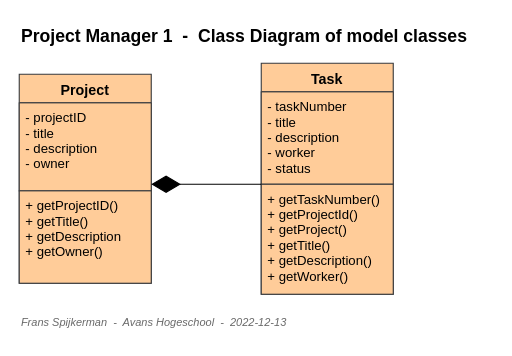
Above: doc/Class_Diagram_Model.drawio in spijkerbak/project-manager-1 (draw.io), before the change. Source tidied: cells renumbered, new cells numbered last; positions are measured from the earlier drawing's top-left corner, leaving out a move shared by most shapes. Both pictures are drawn from the tidied source at 110%, with x=0, y=0 at pixel (19, 19).
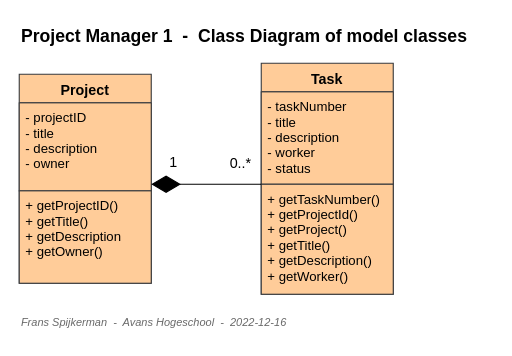
After the change.

Change to the diagram source:
```diff
@@
 <mxGraphModel>
   <root>
     <mxCell id="0" />
     <mxCell id="1" parent="0" />
     <mxCell id="2" value="Project" style="swimlane;fontStyle=1;align=center;verticalAlign=top;horizontal=1;startSize=26;rounded=0;shadow=0;strokeWidth=1;fillColor=#ffcc99;strokeColor=#36393d;fontSize=13;" parent="1" vertex="1">
       <mxGeometry y="50" width="120" height="190" as="geometry" />
     </mxCell>
     <mxCell id="3" value="- projectID&#10;- title&#10;- description&#10;- owner" style="text;align=left;verticalAlign=top;spacingLeft=4;spacingRight=4;overflow=hidden;fillColor=#ffcc99;strokeColor=#36393d;strokeWidth=1;" parent="2" vertex="1">
       <mxGeometry y="26" width="120" height="80" as="geometry" />
     </mxCell>
     <mxCell id="4" value="+ getProjectID()&#10;+ getTitle()&#10;+ getDescription&#10;+ getOwner()&#10;" style="text;align=left;verticalAlign=top;spacingLeft=4;spacingRight=4;overflow=hidden;fillColor=#ffcc99;strokeColor=#36393d;strokeWidth=1;" parent="2" vertex="1">
       <mxGeometry y="106" width="120" height="84" as="geometry" />
     </mxCell>
     <mxCell id="5" value="Task" style="swimlane;fontStyle=1;align=center;verticalAlign=top;horizontal=1;startSize=26;rounded=0;shadow=0;strokeWidth=1;fillColor=#ffcc99;strokeColor=#36393d;fontSize=13;" parent="1" vertex="1">
       <mxGeometry x="220" y="40" width="120" height="210" as="geometry" />
     </mxCell>
     <mxCell id="6" value="- taskNumber&#10;- title&#10;- description&#10;- worker&#10;- status" style="text;align=left;verticalAlign=top;spacingLeft=4;spacingRight=4;overflow=hidden;fillColor=#ffcc99;strokeColor=#36393d;strokeWidth=1;" parent="5" vertex="1">
       <mxGeometry y="26" width="120" height="84" as="geometry" />
     </mxCell>
     <mxCell id="7" value="+ getTaskNumber()&#10;+ getProjectId()&#10;+ getProject()&#10;+ getTitle()&#10;+ getDescription()&#10;+ getWorker()&#10;" style="text;align=left;verticalAlign=top;spacingLeft=4;spacingRight=4;overflow=hidden;fillColor=#ffcc99;strokeColor=#36393d;strokeWidth=1;" parent="5" vertex="1">
       <mxGeometry y="110" width="120" height="100" as="geometry" />
     </mxCell>
-    <mxCell id="8" style="endArrow=diamondThin;endFill=1;endSize=24;html=1;rounded=0;strokeWidth=1;fontSize=13;" parent="1" edge="1">
-      <mxGeometry relative="1" as="geometry">
+    <mxCell id="8" value="1" style="endArrow=diamondThin;endFill=1;endSize=24;html=1;rounded=0;strokeWidth=1;fontSize=13;" parent="1" edge="1">
+      <mxGeometry x="0.6" y="-20" relative="1" as="geometry">
         <mxPoint x="220" y="150" as="sourcePoint" />
         <mxPoint x="120" y="150" as="targetPoint" />
       </mxGeometry>
     </mxCell>
+    <mxCell id="11" value="0..*" style="edgeLabel;html=1;align=center;verticalAlign=middle;fontSize=13;" parent="8" vertex="1">
+      <mxGeometry x="-0.32" y="1" relative="1" as="geometry">
+        <mxPoint x="14" y="-21" as="offset" />
+      </mxGeometry>
+    </mxCell>
     <mxCell id="9" value="Project Manager 1&amp;nbsp; -&amp;nbsp; Class Diagram of model classes" style="text;html=1;align=left;verticalAlign=middle;strokeColor=none;fillColor=none;fontSize=16;fontStyle=1;" parent="1" vertex="1">
       <mxGeometry width="430" height="30" as="geometry" />
     </mxCell>
-    <mxCell id="10" value="Frans Spijkerman&amp;nbsp; -&amp;nbsp; Avans Hogeschool&amp;nbsp; -&amp;nbsp; 2022-12-13" style="text;html=1;align=left;verticalAlign=middle;fontSize=10;fontStyle=2;labelBackgroundColor=none;fontColor=#696969;" parent="1" vertex="1">
+    <mxCell id="10" value="Frans Spijkerman&amp;nbsp; -&amp;nbsp; Avans Hogeschool&amp;nbsp; -&amp;nbsp; 2022-12-16" style="text;html=1;align=left;verticalAlign=middle;fontSize=10;fontStyle=2;labelBackgroundColor=none;fontColor=#696969;" parent="1" vertex="1">
       <mxGeometry y="260" width="260" height="30" as="geometry" />
     </mxCell>
   </root>
 </mxGraphModel>
```
